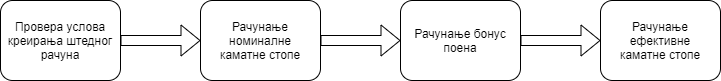
This is diagram1.png from draganagrbic998/sbnz, a draw.io export, as it was before one commit. Source tidied: cells renumbered, new cells last; positions are measured from the earlier drawing's top-left corner, leaving out a move shared by most shapes. Its diagram source:
```xml
<mxGraphModel>
  <root>
    <mxCell id="0" />
    <mxCell id="1" parent="0" />
    <mxCell id="2" style="rounded=1;whiteSpace=wrap;html=1;" parent="1" vertex="1">
      <mxGeometry width="120" height="80" as="geometry" />
    </mxCell>
    <mxCell id="3" value="Провера услова креирања штедног рачуна" style="text;html=1;strokeColor=none;fillColor=none;align=center;verticalAlign=middle;whiteSpace=wrap;rounded=0;" parent="1" vertex="1">
      <mxGeometry x="5" y="17.5" width="110" height="45" as="geometry" />
    </mxCell>
    <mxCell id="4" style="rounded=1;whiteSpace=wrap;html=1;" parent="1" vertex="1">
      <mxGeometry x="200" width="120" height="80" as="geometry" />
    </mxCell>
    <mxCell id="5" value="Рачунање номиналне каматне стопе" style="text;html=1;strokeColor=none;fillColor=none;align=center;verticalAlign=middle;whiteSpace=wrap;rounded=0;" parent="1" vertex="1">
      <mxGeometry x="205" y="17.5" width="110" height="45" as="geometry" />
    </mxCell>
    <mxCell id="6" style="rounded=1;whiteSpace=wrap;html=1;" parent="1" vertex="1">
      <mxGeometry x="400" width="120" height="80" as="geometry" />
    </mxCell>
    <mxCell id="7" value="Рачунање бонус поена" style="text;html=1;strokeColor=none;fillColor=none;align=center;verticalAlign=middle;whiteSpace=wrap;rounded=0;" parent="1" vertex="1">
      <mxGeometry x="405" y="17.5" width="110" height="45" as="geometry" />
    </mxCell>
    <mxCell id="8" style="rounded=1;whiteSpace=wrap;html=1;" parent="1" vertex="1">
      <mxGeometry x="600" width="120" height="80" as="geometry" />
    </mxCell>
    <mxCell id="9" value="Рачунање ефективне каматне стопе" style="text;html=1;strokeColor=none;fillColor=none;align=center;verticalAlign=middle;whiteSpace=wrap;rounded=0;" parent="1" vertex="1">
      <mxGeometry x="605" y="17.5" width="110" height="45" as="geometry" />
    </mxCell>
    <mxCell id="10" style="shape=flexArrow;endArrow=classic;html=1;exitX=1;exitY=0.5;exitDx=0;exitDy=0;entryX=0;entryY=0.5;entryDx=0;entryDy=0;" parent="1" edge="1" source="2" target="4">
      <mxGeometry relative="1" as="geometry" />
    </mxCell>
    <mxCell id="11" style="shape=flexArrow;endArrow=classic;html=1;exitX=1;exitY=0.5;exitDx=0;exitDy=0;entryX=0;entryY=0.5;entryDx=0;entryDy=0;" parent="1" edge="1" source="4" target="6">
      <mxGeometry relative="1" as="geometry" />
    </mxCell>
    <mxCell id="12" style="shape=flexArrow;endArrow=classic;html=1;entryX=0;entryY=0.5;entryDx=0;entryDy=0;exitX=1;exitY=0.5;exitDx=0;exitDy=0;" parent="1" edge="1" source="6" target="8">
      <mxGeometry relative="1" as="geometry" />
    </mxCell>
  </root>
</mxGraphModel>
```
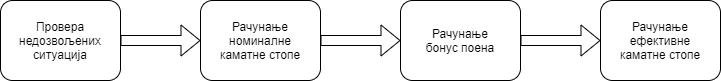
After the commit.

The edit, as a diff of the source:
```diff
@@ -2,38 +2,38 @@
   <root>
     <mxCell id="0" />
     <mxCell id="1" parent="0" />
-    <mxCell id="2" style="rounded=1;whiteSpace=wrap;html=1;" parent="1" vertex="1">
-      <mxGeometry width="120" height="80" as="geometry" />
-    </mxCell>
-    <mxCell id="3" value="Провера услова креирања штедног рачуна" style="text;html=1;strokeColor=none;fillColor=none;align=center;verticalAlign=middle;whiteSpace=wrap;rounded=0;" parent="1" vertex="1">
-      <mxGeometry x="5" y="17.5" width="110" height="45" as="geometry" />
-    </mxCell>
-    <mxCell id="4" style="rounded=1;whiteSpace=wrap;html=1;" parent="1" vertex="1">
-      <mxGeometry x="200" width="120" height="80" as="geometry" />
-    </mxCell>
+    <mxCell id="13" style="rounded=1;whiteSpace=wrap;html=1;" parent="1" vertex="1">
+      <mxGeometry x="-10" y="-2.5" width="120" height="80" as="geometry" />
+    </mxCell>
+    <mxCell id="14" value="Провера недозвољених ситуација" style="text;html=1;strokeColor=none;fillColor=none;align=center;verticalAlign=middle;whiteSpace=wrap;rounded=0;" parent="1" vertex="1">
+      <mxGeometry x="10" y="17.5" width="80" height="40" as="geometry" />
+    </mxCell>
+    <mxCell id="15" style="rounded=1;whiteSpace=wrap;html=1;" parent="1" vertex="1">
+      <mxGeometry x="190" y="-2.5" width="120" height="80" as="geometry" />
+    </mxCell>
     <mxCell id="5" value="Рачунање номиналне каматне стопе" style="text;html=1;strokeColor=none;fillColor=none;align=center;verticalAlign=middle;whiteSpace=wrap;rounded=0;" parent="1" vertex="1">
-      <mxGeometry x="205" y="17.5" width="110" height="45" as="geometry" />
+      <mxGeometry x="205" y="17.5" width="90" height="40" as="geometry" />
     </mxCell>
-    <mxCell id="6" style="rounded=1;whiteSpace=wrap;html=1;" parent="1" vertex="1">
-      <mxGeometry x="400" width="120" height="80" as="geometry" />
-    </mxCell>
+    <mxCell id="16" style="rounded=1;whiteSpace=wrap;html=1;" parent="1" vertex="1">
+      <mxGeometry x="390" y="-2.5" width="120" height="80" as="geometry" />
+    </mxCell>
     <mxCell id="7" value="Рачунање бонус поена" style="text;html=1;strokeColor=none;fillColor=none;align=center;verticalAlign=middle;whiteSpace=wrap;rounded=0;" parent="1" vertex="1">
-      <mxGeometry x="405" y="17.5" width="110" height="45" as="geometry" />
+      <mxGeometry x="410" y="17.5" width="80" height="40" as="geometry" />
     </mxCell>
-    <mxCell id="8" style="rounded=1;whiteSpace=wrap;html=1;" parent="1" vertex="1">
-      <mxGeometry x="600" width="120" height="80" as="geometry" />
-    </mxCell>
+    <mxCell id="17" style="rounded=1;whiteSpace=wrap;html=1;" parent="1" vertex="1">
+      <mxGeometry x="590" y="-2.5" width="120" height="80" as="geometry" />
+    </mxCell>
     <mxCell id="9" value="Рачунање ефективне каматне стопе" style="text;html=1;strokeColor=none;fillColor=none;align=center;verticalAlign=middle;whiteSpace=wrap;rounded=0;" parent="1" vertex="1">
-      <mxGeometry x="605" y="17.5" width="110" height="45" as="geometry" />
+      <mxGeometry x="605" y="17.5" width="90" height="40" as="geometry" />
     </mxCell>
-    <mxCell id="10" style="shape=flexArrow;endArrow=classic;html=1;exitX=1;exitY=0.5;exitDx=0;exitDy=0;entryX=0;entryY=0.5;entryDx=0;entryDy=0;" parent="1" edge="1" source="2" target="4">
-      <mxGeometry relative="1" as="geometry" />
-    </mxCell>
-    <mxCell id="11" style="shape=flexArrow;endArrow=classic;html=1;exitX=1;exitY=0.5;exitDx=0;exitDy=0;entryX=0;entryY=0.5;entryDx=0;entryDy=0;" parent="1" edge="1" source="4" target="6">
-      <mxGeometry relative="1" as="geometry" />
-    </mxCell>
-    <mxCell id="12" style="shape=flexArrow;endArrow=classic;html=1;entryX=0;entryY=0.5;entryDx=0;entryDy=0;exitX=1;exitY=0.5;exitDx=0;exitDy=0;" parent="1" edge="1" source="6" target="8">
-      <mxGeometry relative="1" as="geometry" />
-    </mxCell>
+    <mxCell id="18" style="shape=flexArrow;endArrow=classic;html=1;exitX=1;exitY=0.5;exitDx=0;exitDy=0;entryX=0;entryY=0.5;entryDx=0;entryDy=0;" parent="1" edge="1" source="13" target="15">
+      <mxGeometry relative="1" as="geometry" />
+    </mxCell>
+    <mxCell id="19" style="shape=flexArrow;endArrow=classic;html=1;exitX=1;exitY=0.5;exitDx=0;exitDy=0;entryX=0;entryY=0.5;entryDx=0;entryDy=0;" parent="1" edge="1" source="15" target="16">
+      <mxGeometry relative="1" as="geometry" />
+    </mxCell>
+    <mxCell id="20" style="shape=flexArrow;endArrow=classic;html=1;exitX=1;exitY=0.5;exitDx=0;exitDy=0;entryX=0;entryY=0.5;entryDx=0;entryDy=0;" parent="1" edge="1" source="16" target="17">
+      <mxGeometry relative="1" as="geometry" />
+    </mxCell>
   </root>
 </mxGraphModel>
```
